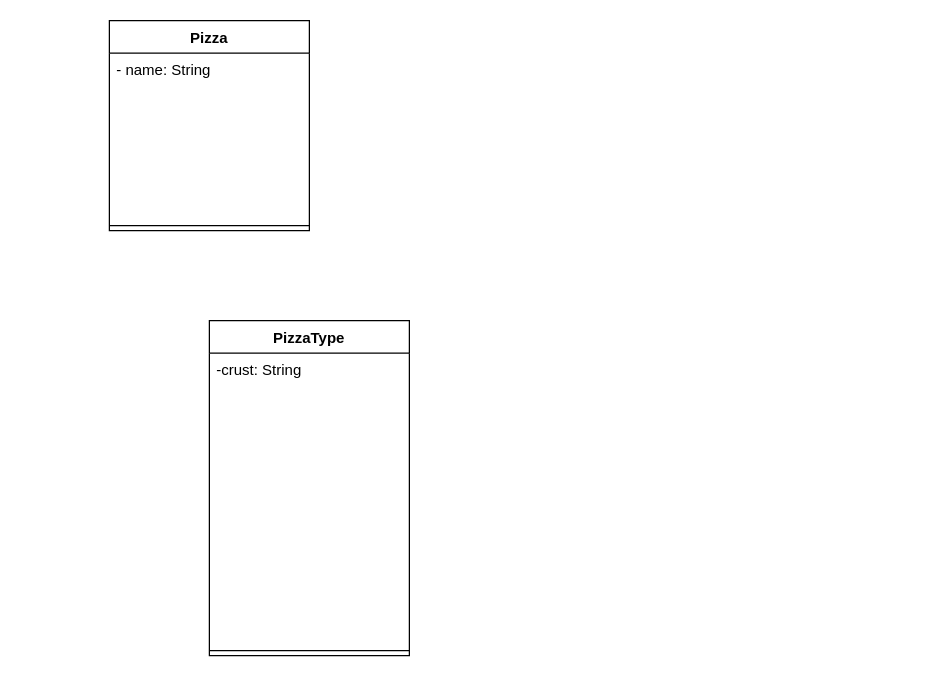
The draw.io diagram page "uml" (1 of 2) of MHWPizzaIngredients.drawio in AlvinNguyen58/CECS-323, before the edit. Source tidied: cells renumbered, new cells numbered last; positions are measured from the earlier drawing's top-left corner, leaving out a move shared by most shapes. Both pictures are drawn from the tidied source at 125%, with x=0, y=0 at pixel (109, 20).
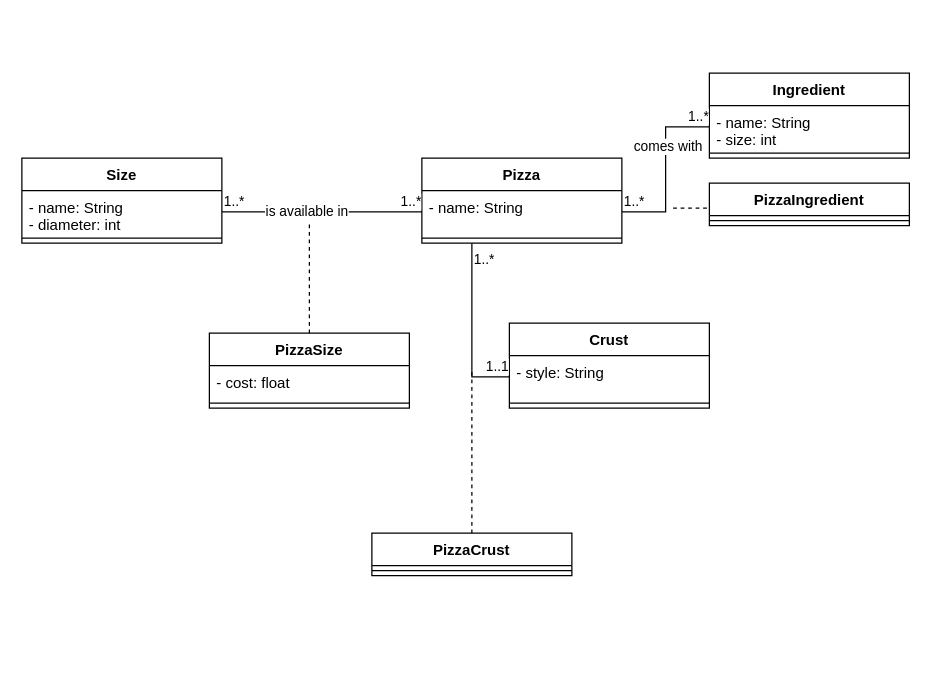
After the change.

Change to the diagram source:
```diff
@@
     <mxCell id="2" value="Pizza" style="swimlane;fontStyle=1;align=center;verticalAlign=top;horizontal=1;startSize=26;" parent="1" vertex="1">
-      <mxGeometry width="160" height="168" as="geometry" />
+      <mxGeometry x="250" y="110" width="160" height="68" as="geometry" />
     </mxCell>
     <mxCell id="3" value="- name: String&#10;" style="text;strokeColor=none;fillColor=none;align=left;verticalAlign=top;spacingLeft=4;spacingRight=4;overflow=hidden;points=[[0,0.5],[1,0.5]];portConstraint=eastwest;" parent="2" vertex="1">
-      <mxGeometry y="26" width="160" height="134" as="geometry" />
+      <mxGeometry y="26" width="160" height="34" as="geometry" />
     </mxCell>
     <mxCell id="4" style="line;strokeWidth=1;fillColor=none;align=left;verticalAlign=middle;spacingTop=-1;spacingLeft=3;spacingRight=3;labelPosition=right;" parent="2" vertex="1">
-      <mxGeometry y="160" width="160" height="8" as="geometry" />
+      <mxGeometry y="60" width="160" height="8" as="geometry" />
     </mxCell>
-    <mxCell id="5" value="PizzaType" style="swimlane;fontStyle=1;align=center;verticalAlign=top;horizontal=1;startSize=26;" parent="1" vertex="1">
-      <mxGeometry x="80" y="240" width="160" height="268" as="geometry" />
+    <mxCell id="5" value="Size" style="swimlane;fontStyle=1;align=center;verticalAlign=top;horizontal=1;startSize=26;" parent="1" vertex="1">
+      <mxGeometry x="-70" y="110" width="160" height="68" as="geometry" />
     </mxCell>
-    <mxCell id="6" value="-crust: String&#10;" style="text;strokeColor=none;fillColor=none;align=left;verticalAlign=top;spacingLeft=4;spacingRight=4;overflow=hidden;points=[[0,0.5],[1,0.5]];portConstraint=eastwest;" parent="5" vertex="1">
-      <mxGeometry y="26" width="160" height="234" as="geometry" />
+    <mxCell id="6" value="- name: String&#10;- diameter: int" style="text;strokeColor=none;fillColor=none;align=left;verticalAlign=top;spacingLeft=4;spacingRight=4;overflow=hidden;points=[[0,0.5],[1,0.5]];portConstraint=eastwest;" parent="5" vertex="1">
+      <mxGeometry y="26" width="160" height="34" as="geometry" />
     </mxCell>
     <mxCell id="7" style="line;strokeWidth=1;fillColor=none;align=left;verticalAlign=middle;spacingTop=-1;spacingLeft=3;spacingRight=3;labelPosition=right;" parent="5" vertex="1">
-      <mxGeometry y="260" width="160" height="8" as="geometry" />
+      <mxGeometry y="60" width="160" height="8" as="geometry" />
     </mxCell>
+    <mxCell id="8" style="endArrow=none;html=1;edgeStyle=orthogonalEdgeStyle;rounded=0;entryX=0;entryY=0.5;entryDx=0;entryDy=0;exitX=1;exitY=0.5;exitDx=0;exitDy=0;" parent="1" edge="1" source="6" target="3">
+      <mxGeometry relative="1" as="geometry" />
+    </mxCell>
+    <mxCell id="9" value="1..*" style="edgeLabel;html=1;align=left;verticalAlign=bottom;" parent="8" vertex="1">
+      <mxGeometry x="-1" relative="1" as="geometry" />
+    </mxCell>
+    <mxCell id="10" value="1..*" style="edgeLabel;html=1;align=right;verticalAlign=bottom;" parent="8" vertex="1">
+      <mxGeometry x="1" relative="1" as="geometry" />
+    </mxCell>
+    <mxCell id="11" value="is available in" style="edgeLabel;html=1;align=center;verticalAlign=middle;" parent="8" vertex="1">
+      <mxGeometry x="-0.16" y="1" relative="1" as="geometry" />
+    </mxCell>
+    <mxCell id="12" style="endArrow=none;dashed=1;html=1;rounded=0;" parent="1" edge="1">
+      <mxGeometry relative="1" as="geometry">
+        <mxPoint x="160" y="250" as="sourcePoint" />
+        <mxPoint x="160" y="160" as="targetPoint" />
+      </mxGeometry>
+    </mxCell>
+    <mxCell id="13" value="PizzaSize" style="swimlane;fontStyle=1;align=center;verticalAlign=top;horizontal=1;startSize=26;" parent="1" vertex="1">
+      <mxGeometry x="80" y="250" width="160" height="60" as="geometry" />
+    </mxCell>
+    <mxCell id="14" value="- cost: float" style="text;strokeColor=none;fillColor=none;align=left;verticalAlign=top;spacingLeft=4;spacingRight=4;overflow=hidden;" parent="13" vertex="1">
+      <mxGeometry y="26" width="160" height="26" as="geometry" />
+    </mxCell>
+    <mxCell id="15" style="line;strokeWidth=1;fillColor=none;align=left;verticalAlign=middle;spacingTop=-1;spacingLeft=3;spacingRight=3;labelPosition=right;" parent="13" vertex="1">
+      <mxGeometry y="52" width="160" height="8" as="geometry" />
+    </mxCell>
+    <mxCell id="16" value="Ingredient" style="swimlane;fontStyle=1;align=center;verticalAlign=top;horizontal=1;startSize=26;" parent="1" vertex="1">
+      <mxGeometry x="480" y="42" width="160" height="68" as="geometry" />
+    </mxCell>
+    <mxCell id="17" value="- name: String&#10;- size: int" style="text;strokeColor=none;fillColor=none;align=left;verticalAlign=top;spacingLeft=4;spacingRight=4;overflow=hidden;points=[[0,0.5],[1,0.5]];portConstraint=eastwest;" parent="16" vertex="1">
+      <mxGeometry y="26" width="160" height="34" as="geometry" />
+    </mxCell>
+    <mxCell id="18" style="line;strokeWidth=1;fillColor=none;align=left;verticalAlign=middle;spacingTop=-1;spacingLeft=3;spacingRight=3;labelPosition=right;" parent="16" vertex="1">
+      <mxGeometry y="60" width="160" height="8" as="geometry" />
+    </mxCell>
+    <mxCell id="19" style="endArrow=none;dashed=1;html=1;rounded=0;" parent="1" edge="1">
+      <mxGeometry relative="1" as="geometry">
+        <mxPoint x="478" y="150" as="sourcePoint" />
+        <mxPoint x="450" y="150" as="targetPoint" />
+      </mxGeometry>
+    </mxCell>
+    <mxCell id="20" value="PizzaIngredient" style="swimlane;fontStyle=1;align=center;verticalAlign=top;horizontal=1;startSize=26;" parent="1" vertex="1">
+      <mxGeometry x="480" y="130" width="160" height="34" as="geometry" />
+    </mxCell>
+    <mxCell id="21" style="line;strokeWidth=1;fillColor=none;align=left;verticalAlign=middle;spacingTop=-1;spacingLeft=3;spacingRight=3;labelPosition=right;" parent="20" vertex="1">
+      <mxGeometry y="26" width="160" height="8" as="geometry" />
+    </mxCell>
+    <mxCell id="22" style="endArrow=none;html=1;edgeStyle=orthogonalEdgeStyle;rounded=0;exitX=1;exitY=0.5;exitDx=0;exitDy=0;entryX=0;entryY=0.5;entryDx=0;entryDy=0;" parent="1" edge="1" source="3" target="17">
+      <mxGeometry relative="1" as="geometry" />
+    </mxCell>
+    <mxCell id="23" value="1..*" style="edgeLabel;html=1;align=left;verticalAlign=bottom;" parent="22" vertex="1">
+      <mxGeometry x="-1" relative="1" as="geometry" />
+    </mxCell>
+    <mxCell id="24" value="1..*" style="edgeLabel;html=1;align=right;verticalAlign=bottom;" parent="22" vertex="1">
+      <mxGeometry x="1" relative="1" as="geometry" />
+    </mxCell>
+    <mxCell id="25" value="comes with" style="edgeLabel;html=1;align=center;verticalAlign=middle;" parent="22" vertex="1">
+      <mxGeometry x="0.28" y="-1" relative="1" as="geometry" />
+    </mxCell>
+    <mxCell id="26" value="Crust" style="swimlane;fontStyle=1;align=center;verticalAlign=top;horizontal=1;startSize=26;" parent="1" vertex="1">
+      <mxGeometry x="320" y="242" width="160" height="68" as="geometry" />
+    </mxCell>
+    <mxCell id="27" value="- style: String" style="text;strokeColor=none;fillColor=none;align=left;verticalAlign=top;spacingLeft=4;spacingRight=4;overflow=hidden;points=[[0,0.5],[1,0.5]];portConstraint=eastwest;" parent="26" vertex="1">
+      <mxGeometry y="26" width="160" height="34" as="geometry" />
+    </mxCell>
+    <mxCell id="28" style="line;strokeWidth=1;fillColor=none;align=left;verticalAlign=middle;spacingTop=-1;spacingLeft=3;spacingRight=3;labelPosition=right;" parent="26" vertex="1">
+      <mxGeometry y="60" width="160" height="8" as="geometry" />
+    </mxCell>
+    <mxCell id="29" style="endArrow=none;html=1;edgeStyle=orthogonalEdgeStyle;rounded=0;exitX=0.25;exitY=1;exitDx=0;exitDy=0;entryX=0;entryY=0.5;entryDx=0;entryDy=0;" parent="1" edge="1" source="2" target="27">
+      <mxGeometry relative="1" as="geometry" />
+    </mxCell>
+    <mxCell id="30" value="1..*" style="edgeLabel;html=1;align=left;verticalAlign=top;labelPosition=right;verticalLabelPosition=bottom;" parent="29" vertex="1">
+      <mxGeometry x="-1" relative="1" as="geometry" />
+    </mxCell>
+    <mxCell id="31" value="1..1" style="edgeLabel;html=1;align=right;verticalAlign=bottom;" parent="29" vertex="1">
+      <mxGeometry x="1" relative="1" as="geometry" />
+    </mxCell>
+    <mxCell id="32" style="endArrow=none;dashed=1;html=1;rounded=0;" parent="1" edge="1">
+      <mxGeometry relative="1" as="geometry">
+        <mxPoint x="290" y="410" as="sourcePoint" />
+        <mxPoint x="290" y="280" as="targetPoint" />
+      </mxGeometry>
+    </mxCell>
+    <mxCell id="33" value="PizzaCrust" style="swimlane;fontStyle=1;align=center;verticalAlign=top;horizontal=1;startSize=26;" parent="1" vertex="1">
+      <mxGeometry x="210" y="410" width="160" height="34" as="geometry" />
+    </mxCell>
+    <mxCell id="34" style="line;strokeWidth=1;fillColor=none;align=left;verticalAlign=middle;spacingTop=-1;spacingLeft=3;spacingRight=3;labelPosition=right;" parent="33" vertex="1">
+      <mxGeometry y="26" width="160" height="8" as="geometry" />
+    </mxCell>
```
